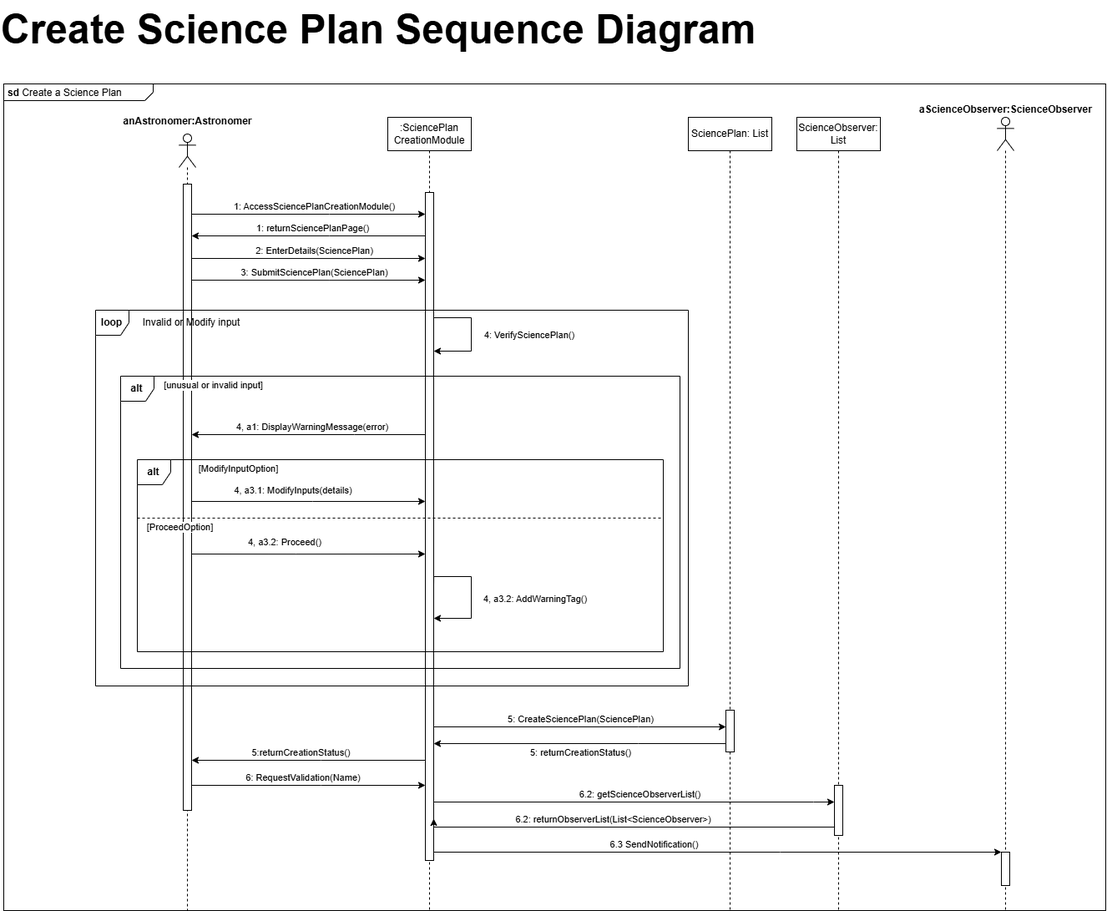
NithimethM/Nithimeth-2024-ITCS431-Gemini8 keeps this draw.io diagram as images/D3-S1.drawio.png. Above is the earlier version. Source tidied: cells renumbered, new cells last; positions are measured from the earlier drawing's top-left corner, leaving out a move shared by most shapes.
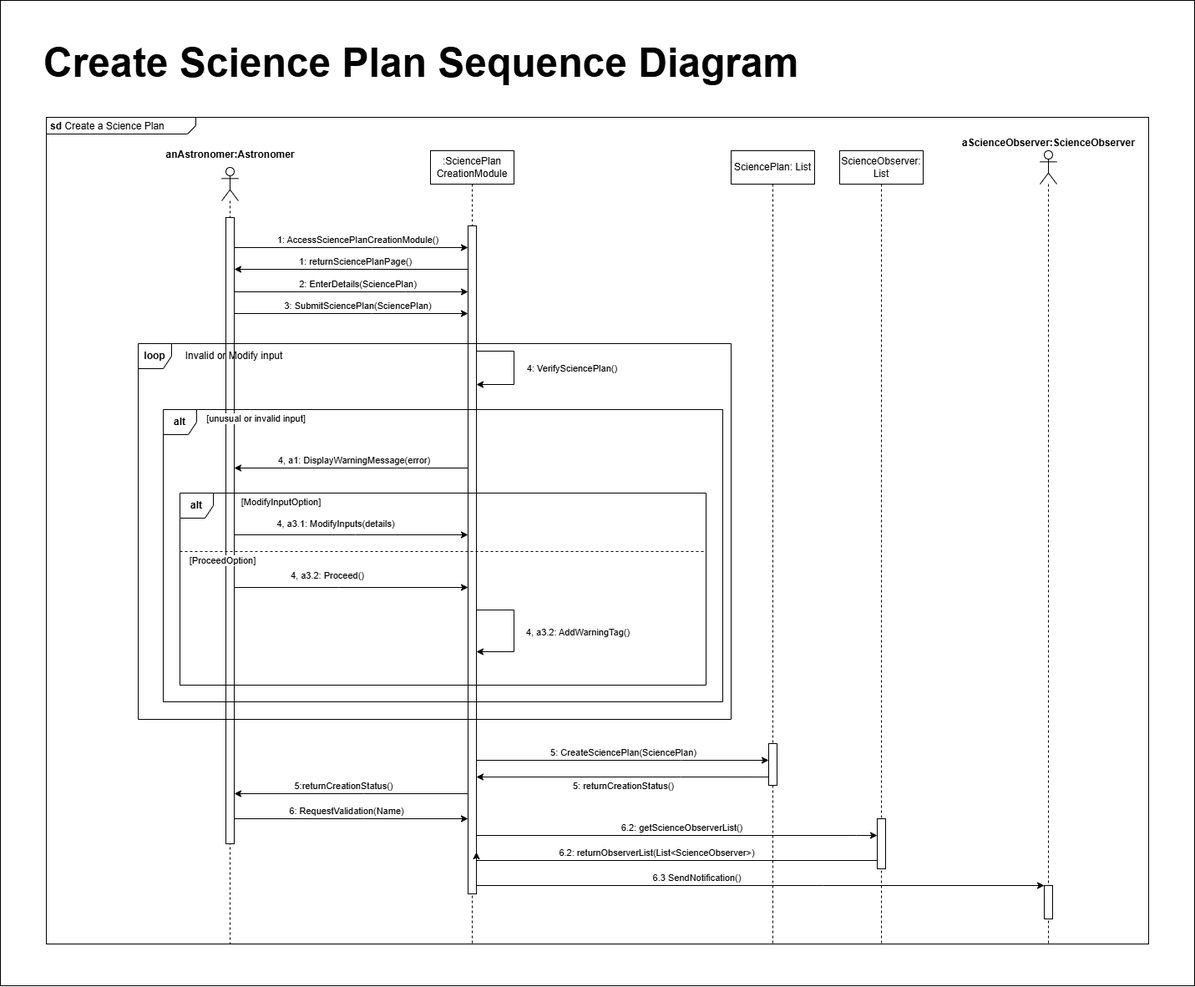
The same file after the commit.

Change to the diagram source:
```diff
@@ -2,6 +2,9 @@
   <root>
     <mxCell id="0" />
     <mxCell id="1" parent="0" />
+    <mxCell id="56" style="rounded=0;whiteSpace=wrap;html=1;" parent="1" vertex="1">
+      <mxGeometry x="-50" y="-40" width="1430" height="1180" as="geometry" />
+    </mxCell>
     <mxCell id="2" value="&lt;p style=&quot;margin:0px;margin-top:4px;margin-left:5px;text-align:left;&quot;&gt;&lt;b&gt;sd&lt;/b&gt;  Create a Science Plan&lt;/p&gt;" style="html=1;shape=mxgraph.sysml.package;overflow=fill;labelX=179;align=left;spacingLeft=5;verticalAlign=top;spacingTop=-3;" parent="1" vertex="1">
       <mxGeometry x="5" y="100" width="1320" height="990" as="geometry" />
     </mxCell>
```
